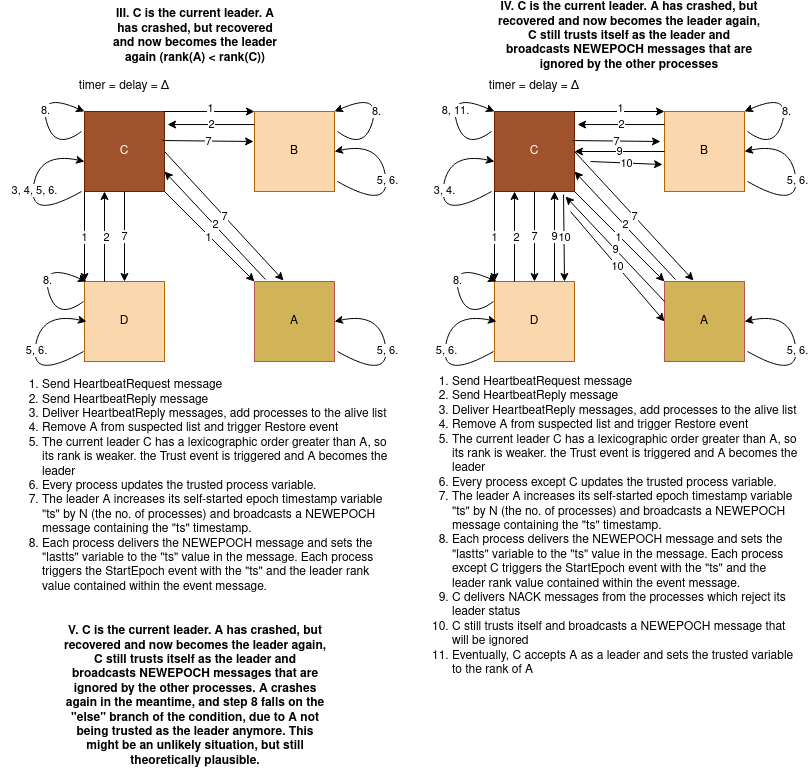
Above: Images/epoch_change_diagram.png in EndlessRecurrence/Algorithms-models-and-concepts-in-distributed-systems (draw.io), before the change. Source tidied: cells renumbered, new cells last; positions are measured from the earlier drawing's top-left corner, leaving out a move shared by most shapes.
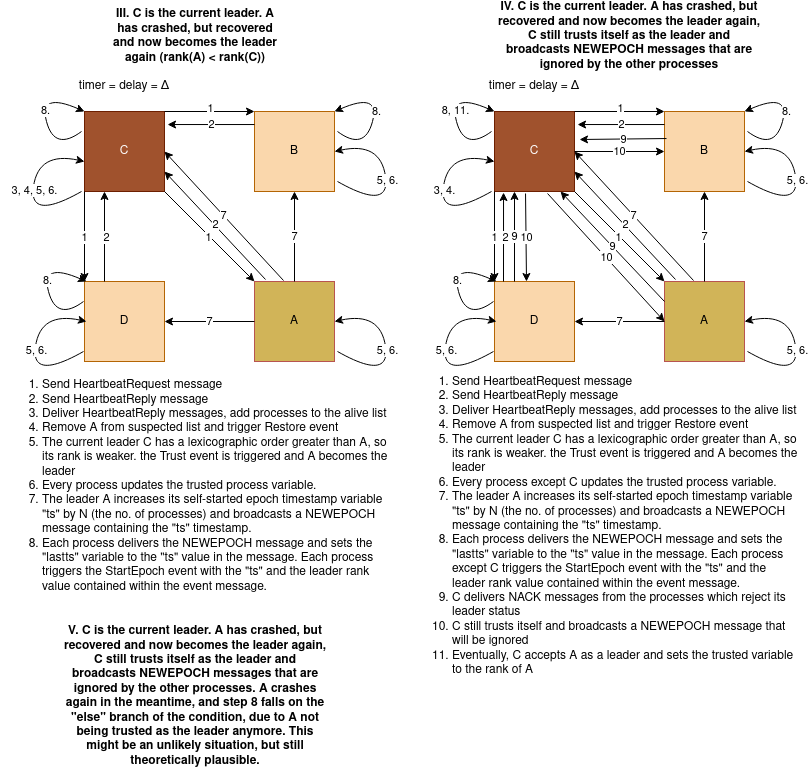
The same diagram one commit later.

Diff of the diagram source:
```diff
@@ -72,13 +72,13 @@
     <mxCell id="22" value="5, 6." style="edgeLabel;html=1;align=center;verticalAlign=middle;" parent="21" vertex="1">
       <mxGeometry x="0.05" y="-1" relative="1" as="geometry" />
     </mxCell>
-    <mxCell id="23" value="7" style="endArrow=classic;html=1;rounded=0;exitX=0.975;exitY=0.363;exitDx=0;exitDy=0;exitPerimeter=0;entryX=-0.012;entryY=0.375;entryDx=0;entryDy=0;entryPerimeter=0;" parent="1" edge="1" source="2" target="3">
+    <mxCell id="23" value="7" style="endArrow=classic;html=1;rounded=0;exitX=0.5;exitY=0;exitDx=0;exitDy=0;entryX=0.5;entryY=1;entryDx=0;entryDy=0;" parent="1" edge="1" source="5" target="3">
       <mxGeometry relative="1" as="geometry" />
     </mxCell>
-    <mxCell id="24" value="7" style="endArrow=classic;html=1;rounded=0;entryX=0.363;entryY=-0.012;entryDx=0;entryDy=0;entryPerimeter=0;exitX=1;exitY=0.5;exitDx=0;exitDy=0;" parent="1" edge="1" source="2" target="5">
+    <mxCell id="24" value="7" style="endArrow=classic;html=1;rounded=0;entryX=1;entryY=0.5;entryDx=0;entryDy=0;exitX=0.363;exitY=-0.012;exitDx=0;exitDy=0;exitPerimeter=0;" parent="1" edge="1" source="5" target="2">
       <mxGeometry relative="1" as="geometry" />
     </mxCell>
-    <mxCell id="25" value="7" style="endArrow=classic;html=1;rounded=0;exitX=0.5;exitY=1;exitDx=0;exitDy=0;entryX=0.5;entryY=0;entryDx=0;entryDy=0;" parent="1" edge="1" source="2" target="4">
+    <mxCell id="25" value="7" style="endArrow=classic;html=1;rounded=0;exitX=0;exitY=0.5;exitDx=0;exitDy=0;entryX=1;entryY=0.5;entryDx=0;entryDy=0;" parent="1" edge="1" source="5" target="4">
       <mxGeometry relative="1" as="geometry" />
     </mxCell>
     <mxCell id="26" style="curved=1;endArrow=classic;html=1;rounded=0;entryX=0;entryY=0.5;entryDx=0;entryDy=0;exitX=-0.037;exitY=0.875;exitDx=0;exitDy=0;exitPerimeter=0;" parent="1" edge="1">
@@ -184,8 +184,10 @@
     <mxCell id="48" value="2" style="edgeLabel;html=1;align=center;verticalAlign=middle;" parent="47" vertex="1">
       <mxGeometry x="0.01" y="-1" relative="1" as="geometry" />
     </mxCell>
-    <mxCell id="49" style="endArrow=classic;html=1;rounded=0;exitX=0.25;exitY=0;exitDx=0;exitDy=0;entryX=0.25;entryY=1;entryDx=0;entryDy=0;" parent="1" edge="1" source="38" target="36">
-      <mxGeometry relative="1" as="geometry" />
+    <mxCell id="49" style="endArrow=classic;html=1;rounded=0;entryX=0.113;entryY=1.013;entryDx=0;entryDy=0;entryPerimeter=0;" parent="1" edge="1" target="36">
+      <mxGeometry relative="1" as="geometry">
+        <mxPoint x="503" y="260" as="sourcePoint" />
+      </mxGeometry>
     </mxCell>
     <mxCell id="50" value="2" style="edgeLabel;html=1;align=center;verticalAlign=middle;" parent="49" vertex="1">
       <mxGeometry x="0.01" y="-1" relative="1" as="geometry" />
@@ -215,15 +217,13 @@
     <mxCell id="56" value="5, 6." style="edgeLabel;html=1;align=center;verticalAlign=middle;" parent="55" vertex="1">
       <mxGeometry x="0.05" y="-1" relative="1" as="geometry" />
     </mxCell>
-    <mxCell id="57" value="7" style="endArrow=classic;html=1;rounded=0;exitX=0.975;exitY=0.363;exitDx=0;exitDy=0;exitPerimeter=0;" parent="1" edge="1" source="36">
-      <mxGeometry relative="1" as="geometry">
-        <mxPoint x="660" y="120" as="targetPoint" />
-      </mxGeometry>
+    <mxCell id="57" value="7" style="endArrow=classic;html=1;rounded=0;exitX=0.5;exitY=0;exitDx=0;exitDy=0;entryX=0.5;entryY=1;entryDx=0;entryDy=0;" parent="1" edge="1" source="39" target="37">
+      <mxGeometry relative="1" as="geometry" />
     </mxCell>
-    <mxCell id="58" value="7" style="endArrow=classic;html=1;rounded=0;entryX=0.363;entryY=-0.012;entryDx=0;entryDy=0;entryPerimeter=0;exitX=1;exitY=0.5;exitDx=0;exitDy=0;" parent="1" edge="1" source="36" target="39">
+    <mxCell id="58" value="7" style="endArrow=classic;html=1;rounded=0;entryX=1;entryY=0.5;entryDx=0;entryDy=0;exitX=0.363;exitY=-0.012;exitDx=0;exitDy=0;exitPerimeter=0;" parent="1" edge="1" source="39" target="36">
       <mxGeometry relative="1" as="geometry" />
     </mxCell>
-    <mxCell id="59" value="7" style="endArrow=classic;html=1;rounded=0;exitX=0.5;exitY=1;exitDx=0;exitDy=0;entryX=0.5;entryY=0;entryDx=0;entryDy=0;" parent="1" edge="1" source="36" target="38">
+    <mxCell id="59" value="7" style="endArrow=classic;html=1;rounded=0;exitX=0;exitY=0.5;exitDx=0;exitDy=0;entryX=1;entryY=0.5;entryDx=0;entryDy=0;" parent="1" edge="1" source="39" target="38">
       <mxGeometry relative="1" as="geometry" />
     </mxCell>
     <mxCell id="60" style="curved=1;endArrow=classic;html=1;rounded=0;entryX=0;entryY=0.5;entryDx=0;entryDy=0;exitX=-0.037;exitY=0.875;exitDx=0;exitDy=0;exitPerimeter=0;" parent="1" edge="1">
@@ -316,29 +316,25 @@
     <mxCell id="73" value="8, 11." style="edgeLabel;html=1;align=center;verticalAlign=middle;" parent="72" vertex="1">
       <mxGeometry x="0.05" y="-1" relative="1" as="geometry" />
     </mxCell>
-    <mxCell id="74" value="9" style="endArrow=classic;html=1;rounded=0;exitX=0.75;exitY=0;exitDx=0;exitDy=0;entryX=0.75;entryY=1;entryDx=0;entryDy=0;" parent="1" edge="1" source="38" target="36">
+    <mxCell id="74" value="9" style="endArrow=classic;html=1;rounded=0;exitX=0.25;exitY=0;exitDx=0;exitDy=0;entryX=0.25;entryY=1;entryDx=0;entryDy=0;" parent="1" edge="1" source="38" target="36">
       <mxGeometry relative="1" as="geometry" />
     </mxCell>
-    <mxCell id="75" value="9" style="endArrow=classic;html=1;rounded=0;exitX=0;exitY=0.25;exitDx=0;exitDy=0;entryX=0.888;entryY=1.063;entryDx=0;entryDy=0;entryPerimeter=0;" parent="1" edge="1" source="39" target="36">
-      <mxGeometry relative="1" as="geometry" />
+    <mxCell id="75" value="9" style="endArrow=classic;html=1;rounded=0;exitX=0;exitY=0.25;exitDx=0;exitDy=0;" parent="1" edge="1" source="39">
+      <mxGeometry relative="1" as="geometry">
+        <mxPoint x="560" y="170" as="targetPoint" />
+      </mxGeometry>
     </mxCell>
-    <mxCell id="76" value="9" style="endArrow=classic;html=1;rounded=0;entryX=1;entryY=0.5;entryDx=0;entryDy=0;exitX=0;exitY=0.5;exitDx=0;exitDy=0;" parent="1" edge="1" source="37" target="36">
+    <mxCell id="76" value="9" style="endArrow=classic;html=1;rounded=0;entryX=1.063;entryY=0.35;entryDx=0;entryDy=0;exitX=0.025;exitY=0.338;exitDx=0;exitDy=0;exitPerimeter=0;entryPerimeter=0;" parent="1" edge="1" source="37" target="36">
       <mxGeometry relative="1" as="geometry" />
     </mxCell>
-    <mxCell id="77" value="10" style="endArrow=classic;html=1;rounded=0;exitX=0.863;exitY=1.038;exitDx=0;exitDy=0;exitPerimeter=0;" parent="1" edge="1" source="36">
-      <mxGeometry relative="1" as="geometry">
-        <mxPoint x="564" y="260" as="targetPoint" />
-      </mxGeometry>
+    <mxCell id="77" value="10" style="endArrow=classic;html=1;rounded=0;exitX=0.388;exitY=1.025;exitDx=0;exitDy=0;exitPerimeter=0;entryX=0.4;entryY=0;entryDx=0;entryDy=0;entryPerimeter=0;" parent="1" edge="1" source="36" target="38">
+      <mxGeometry relative="1" as="geometry" />
     </mxCell>
-    <mxCell id="78" value="10" style="endArrow=classic;html=1;rounded=0;entryX=0;entryY=0.5;entryDx=0;entryDy=0;" parent="1" edge="1" target="39">
-      <mxGeometry relative="1" as="geometry">
-        <mxPoint x="570" y="190" as="sourcePoint" />
-      </mxGeometry>
+    <mxCell id="78" value="10" style="endArrow=classic;html=1;rounded=0;entryX=0;entryY=0.5;entryDx=0;entryDy=0;exitX=0.663;exitY=1.025;exitDx=0;exitDy=0;exitPerimeter=0;" parent="1" edge="1" source="36" target="39">
+      <mxGeometry relative="1" as="geometry" />
     </mxCell>
-    <mxCell id="79" value="10" style="endArrow=classic;html=1;rounded=0;entryX=-0.025;entryY=0.663;entryDx=0;entryDy=0;entryPerimeter=0;" parent="1" edge="1" target="37">
-      <mxGeometry relative="1" as="geometry">
-        <mxPoint x="590" y="140" as="sourcePoint" />
-      </mxGeometry>
+    <mxCell id="79" value="10" style="endArrow=classic;html=1;rounded=0;entryX=0;entryY=0.5;entryDx=0;entryDy=0;exitX=1;exitY=0.5;exitDx=0;exitDy=0;" parent="1" edge="1" source="36" target="37">
+      <mxGeometry relative="1" as="geometry" />
     </mxCell>
     <mxCell id="80" value="&lt;div align=&quot;center&quot;&gt;&lt;b&gt;V. C is the current leader. A has crashed, but recovered and now becomes the leader again, C still trusts itself as the leader and broadcasts NEWEPOCH messages that are ignored by the other processes. A crashes again in the meantime, and step 8 falls on the &quot;else&quot; branch of the condition, due to A not being trusted as the leader anymore. This might be an unlikely situation, but still theoretically plausible.&lt;/b&gt;&lt;/div&gt;" style="text;html=1;strokeColor=none;fillColor=none;align=center;verticalAlign=middle;whiteSpace=wrap;rounded=0;" parent="1" vertex="1">
       <mxGeometry x="60" y="660" width="270" height="30" as="geometry" />
```
